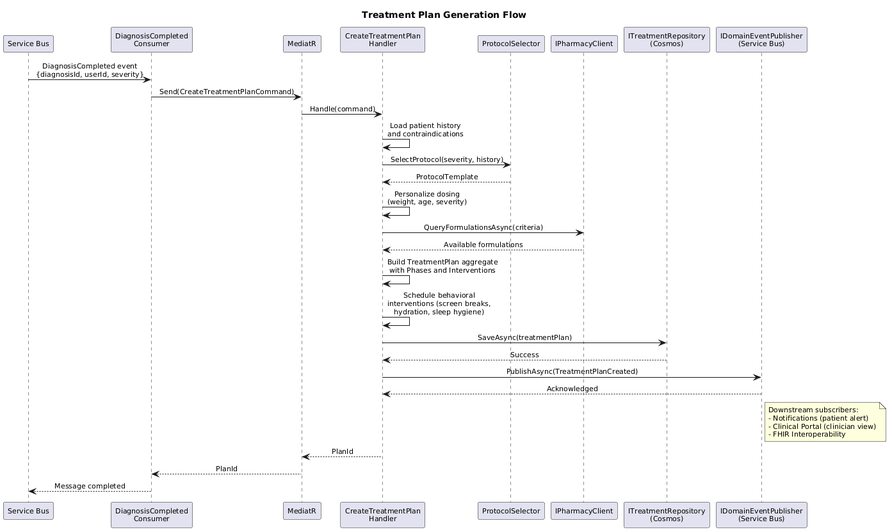
Before: docs/detailed-design/07-treatment-orchestration/seq-treatment-generation.png, a diagram exported from PlantUML (QuinntyneBrown/ClearEyeQ). Source of this version:
```plantuml
@startuml
title Treatment Plan Generation Flow

skinparam defaultFontSize 11
skinparam sequenceMessageAlign center

participant "Service Bus" as Bus
participant "DiagnosisCompleted\nConsumer" as Consumer
participant "MediatR" as MediatR
participant "CreateTreatmentPlan\nHandler" as Handler
participant "ProtocolSelector" as Selector
participant "IPharmacyClient" as Pharmacy
participant "ITreatmentRepository\n(Cosmos)" as Repo
participant "IDomainEventPublisher\n(Service Bus)" as Publisher

Bus -> Consumer : DiagnosisCompleted event\n{diagnosisId, userId, severity}
Consumer -> MediatR : Send(CreateTreatmentPlanCommand)
MediatR -> Handler : Handle(command)

Handler -> Handler : Load patient history\nand contraindications

Handler -> Selector : SelectProtocol(severity, history)
Selector --> Handler : ProtocolTemplate

Handler -> Handler : Personalize dosing\n(weight, age, severity)

Handler -> Pharmacy : QueryFormulationsAsync(criteria)
Pharmacy --> Handler : Available formulations

Handler -> Handler : Build TreatmentPlan aggregate\nwith Phases and Interventions

Handler -> Handler : Schedule behavioral\ninterventions (screen breaks,\nhydration, sleep hygiene)

Handler -> Repo : SaveAsync(treatmentPlan)
Repo --> Handler : Success

Handler -> Publisher : PublishAsync(TreatmentPlanCreated)
Publisher --> Handler : Acknowledged

note right of Publisher
    Downstream subscribers:
    - Notifications (patient alert)
    - Clinical Portal (clinician view)
    - FHIR Interoperability
end note

Handler --> MediatR : PlanId
MediatR --> Consumer : PlanId
Consumer --> Bus : Message completed
@enduml
```
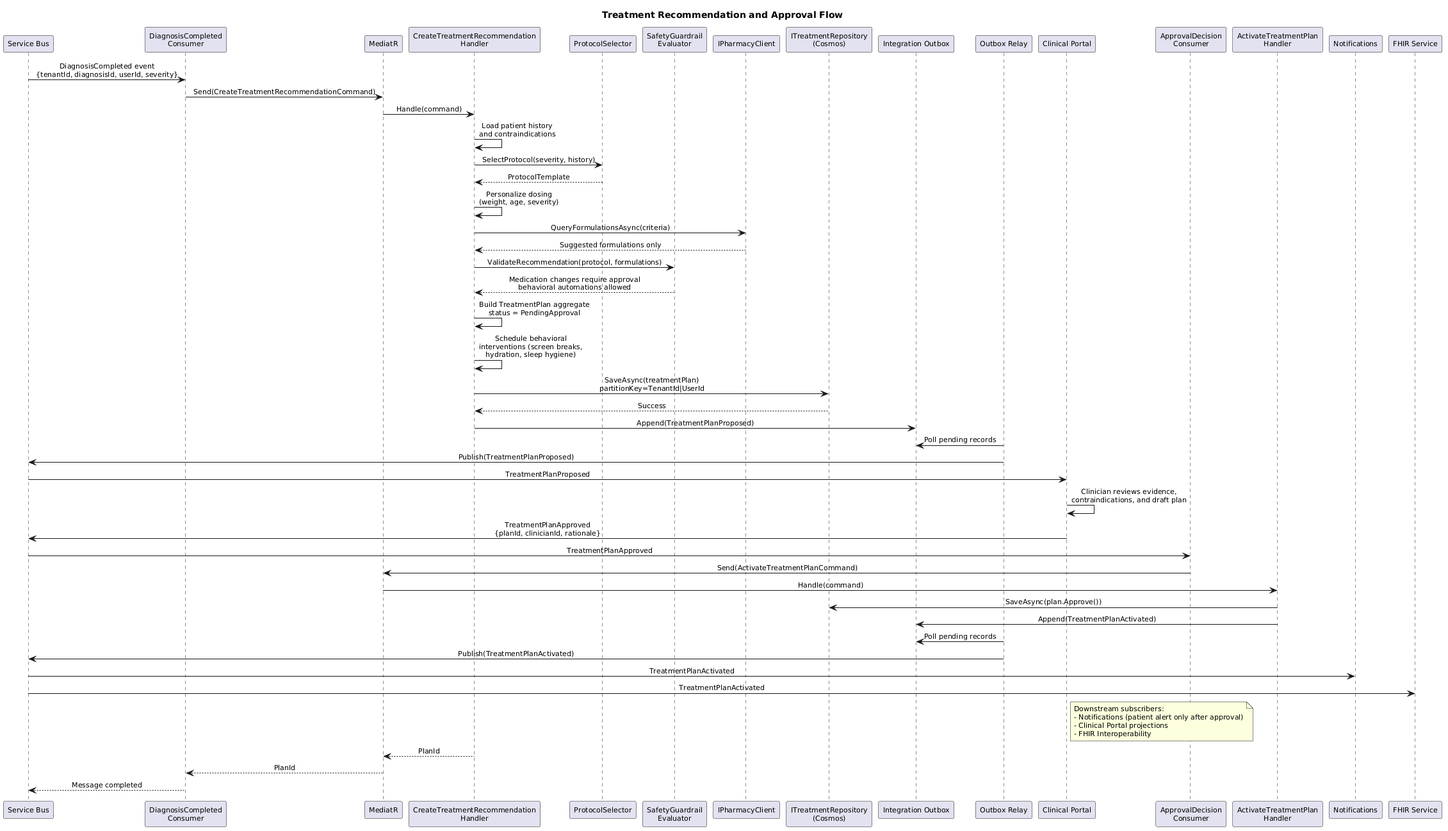
The same file after the commit.

Change to the diagram source:
```diff
@@ -1,5 +1,5 @@
 @startuml
-title Treatment Plan Generation Flow
+title Treatment Recommendation and Approval Flow
 
 skinparam defaultFontSize 11
 skinparam sequenceMessageAlign center
@@ -7,14 +7,21 @@
 participant "Service Bus" as Bus
 participant "DiagnosisCompleted\nConsumer" as Consumer
 participant "MediatR" as MediatR
-participant "CreateTreatmentPlan\nHandler" as Handler
+participant "CreateTreatmentRecommendation\nHandler" as Handler
 participant "ProtocolSelector" as Selector
+participant "SafetyGuardrail\nEvaluator" as Safety
 participant "IPharmacyClient" as Pharmacy
 participant "ITreatmentRepository\n(Cosmos)" as Repo
-participant "IDomainEventPublisher\n(Service Bus)" as Publisher
+participant "Integration Outbox" as Outbox
+participant "Outbox Relay" as Relay
+participant "Clinical Portal" as Portal
+participant "ApprovalDecision\nConsumer" as DecisionConsumer
+participant "ActivateTreatmentPlan\nHandler" as ActivateHandler
+participant "Notifications" as Notify
+participant "FHIR Service" as Fhir
 
-Bus -> Consumer : DiagnosisCompleted event\n{diagnosisId, userId, severity}
-Consumer -> MediatR : Send(CreateTreatmentPlanCommand)
+Bus -> Consumer : DiagnosisCompleted event\n{tenantId, diagnosisId, userId, severity}
+Consumer -> MediatR : Send(CreateTreatmentRecommendationCommand)
 MediatR -> Handler : Handle(command)
 
 Handler -> Handler : Load patient history\nand contraindications
@@ -25,22 +32,39 @@
 Handler -> Handler : Personalize dosing\n(weight, age, severity)
 
 Handler -> Pharmacy : QueryFormulationsAsync(criteria)
-Pharmacy --> Handler : Available formulations
+Pharmacy --> Handler : Suggested formulations only
 
-Handler -> Handler : Build TreatmentPlan aggregate\nwith Phases and Interventions
+Handler -> Safety : ValidateRecommendation(protocol, formulations)
+Safety --> Handler : Medication changes require approval\nbehavioral automations allowed
+
+Handler -> Handler : Build TreatmentPlan aggregate\nstatus = PendingApproval
 
 Handler -> Handler : Schedule behavioral\ninterventions (screen breaks,\nhydration, sleep hygiene)
 
-Handler -> Repo : SaveAsync(treatmentPlan)
+Handler -> Repo : SaveAsync(treatmentPlan)\npartitionKey=TenantId|UserId
 Repo --> Handler : Success
 
-Handler -> Publisher : PublishAsync(TreatmentPlanCreated)
-Publisher --> Handler : Acknowledged
+Handler -> Outbox : Append(TreatmentPlanProposed)
+Relay -> Outbox : Poll pending records
+Relay -> Bus : Publish(TreatmentPlanProposed)
+Bus -> Portal : TreatmentPlanProposed
 
-note right of Publisher
+Portal -> Portal : Clinician reviews evidence,\ncontraindications, and draft plan
+Portal -> Bus : TreatmentPlanApproved\n{planId, clinicianId, rationale}
+Bus -> DecisionConsumer : TreatmentPlanApproved
+DecisionConsumer -> MediatR : Send(ActivateTreatmentPlanCommand)
+MediatR -> ActivateHandler : Handle(command)
+ActivateHandler -> Repo : SaveAsync(plan.Approve())
+ActivateHandler -> Outbox : Append(TreatmentPlanActivated)
+Relay -> Outbox : Poll pending records
+Relay -> Bus : Publish(TreatmentPlanActivated)
+Bus -> Notify : TreatmentPlanActivated
+Bus -> Fhir : TreatmentPlanActivated
+
+note right of Portal
     Downstream subscribers:
-    - Notifications (patient alert)
-    - Clinical Portal (clinician view)
+    - Notifications (patient alert only after approval)
+    - Clinical Portal projections
     - FHIR Interoperability
 end note
 
```
